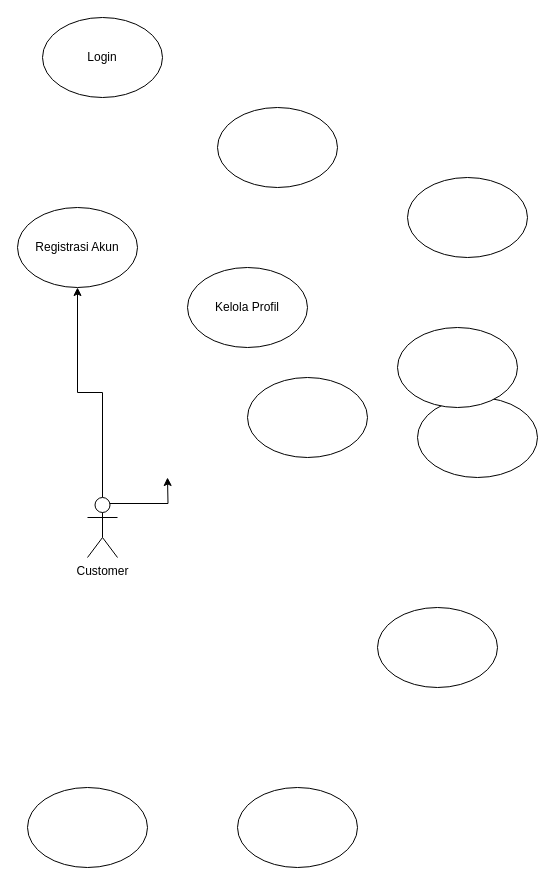
Earlier version of the draw.io diagram Use Case Diagram.drawio (UlulAzmiALatala/moodly-app). Source tidied: cells renumbered, new cells numbered last; positions are measured from the earlier drawing's top-left corner, leaving out a move shared by most shapes. Both pictures are drawn from the tidied source at 100%, with x=0, y=0 at pixel (17, 17).
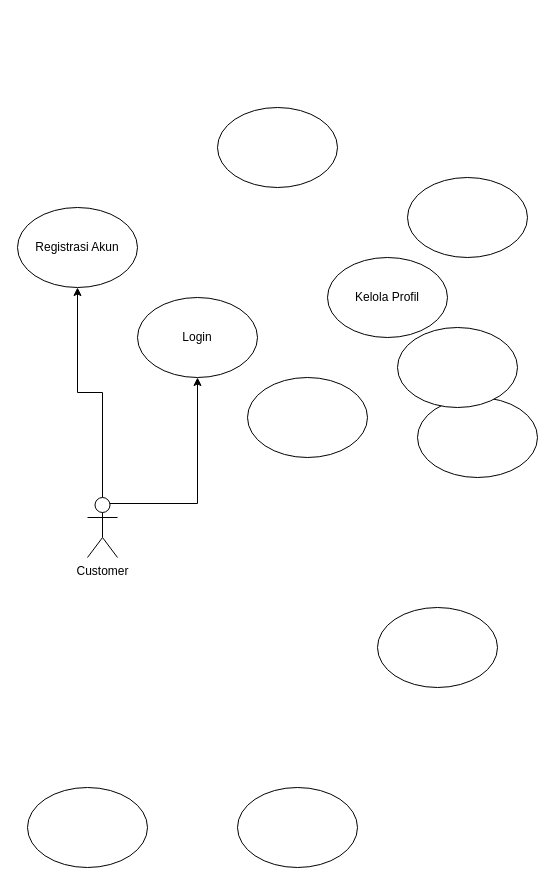
The same diagram, later.

Change to the diagram source:
```diff
@@
 <mxGraphModel>
   <root>
     <mxCell id="0" />
     <mxCell id="1" parent="0" />
     <mxCell id="2" style="edgeStyle=orthogonalEdgeStyle;rounded=0;jettySize=auto;html=1;exitX=0.5;exitY=0;exitDx=0;exitDy=0;exitPerimeter=0;" parent="1" edge="1" source="4" target="8">
       <mxGeometry relative="1" as="geometry" />
     </mxCell>
-    <mxCell id="3" style="edgeStyle=orthogonalEdgeStyle;rounded=0;jettySize=auto;html=1;exitX=0.75;exitY=0.1;exitDx=0;exitDy=0;exitPerimeter=0;" parent="1" edge="1" source="4">
-      <mxGeometry relative="1" as="geometry">
-        <mxPoint x="150" y="460" as="targetPoint" />
-      </mxGeometry>
+    <mxCell id="3" style="edgeStyle=orthogonalEdgeStyle;rounded=0;jettySize=auto;html=1;exitX=0.75;exitY=0.1;exitDx=0;exitDy=0;exitPerimeter=0;entryX=0.5;entryY=1;entryDx=0;entryDy=0;" parent="1" edge="1" source="4" target="14">
+      <mxGeometry relative="1" as="geometry" />
     </mxCell>
     <mxCell id="4" value="Customer" style="shape=umlActor;verticalLabelPosition=bottom;verticalAlign=top;html=1;outlineConnect=0;" parent="1" vertex="1">
       <mxGeometry x="70" y="480" width="30" height="60" as="geometry" />
     </mxCell>
     <mxCell id="5" value="Kelola Profil" style="ellipse;whiteSpace=wrap;html=1;" parent="1" vertex="1">
-      <mxGeometry x="170" y="250" width="120" height="80" as="geometry" />
+      <mxGeometry x="310" y="240" width="120" height="80" as="geometry" />
     </mxCell>
     <mxCell id="6" style="ellipse;whiteSpace=wrap;html=1;" parent="1" vertex="1">
       <mxGeometry x="390" y="160" width="120" height="80" as="geometry" />
     </mxCell>
     <mxCell id="7" style="ellipse;whiteSpace=wrap;html=1;" parent="1" vertex="1">
       <mxGeometry x="10" y="770" width="120" height="80" as="geometry" />
     </mxCell>
     <mxCell id="8" value="Registrasi Akun" style="ellipse;whiteSpace=wrap;html=1;" parent="1" vertex="1">
       <mxGeometry y="190" width="120" height="80" as="geometry" />
     </mxCell>
     <mxCell id="9" style="ellipse;whiteSpace=wrap;html=1;" parent="1" vertex="1">
       <mxGeometry x="230" y="360" width="120" height="80" as="geometry" />
     </mxCell>
     <mxCell id="10" style="ellipse;whiteSpace=wrap;html=1;" parent="1" vertex="1">
       <mxGeometry x="200" y="90" width="120" height="80" as="geometry" />
     </mxCell>
     <mxCell id="11" style="ellipse;whiteSpace=wrap;html=1;" parent="1" vertex="1">
       <mxGeometry x="400" y="380" width="120" height="80" as="geometry" />
     </mxCell>
     <mxCell id="12" style="ellipse;whiteSpace=wrap;html=1;" parent="1" vertex="1">
       <mxGeometry x="380" y="310" width="120" height="80" as="geometry" />
     </mxCell>
     <mxCell id="13" style="ellipse;whiteSpace=wrap;html=1;" parent="1" vertex="1">
       <mxGeometry x="220" y="770" width="120" height="80" as="geometry" />
     </mxCell>
     <mxCell id="14" value="Login" style="ellipse;whiteSpace=wrap;html=1;" parent="1" vertex="1">
-      <mxGeometry x="25" width="120" height="80" as="geometry" />
+      <mxGeometry x="120" y="280" width="120" height="80" as="geometry" />
     </mxCell>
     <mxCell id="15" style="ellipse;whiteSpace=wrap;html=1;" parent="1" vertex="1">
       <mxGeometry x="360" y="590" width="120" height="80" as="geometry" />
     </mxCell>
   </root>
 </mxGraphModel>
```
